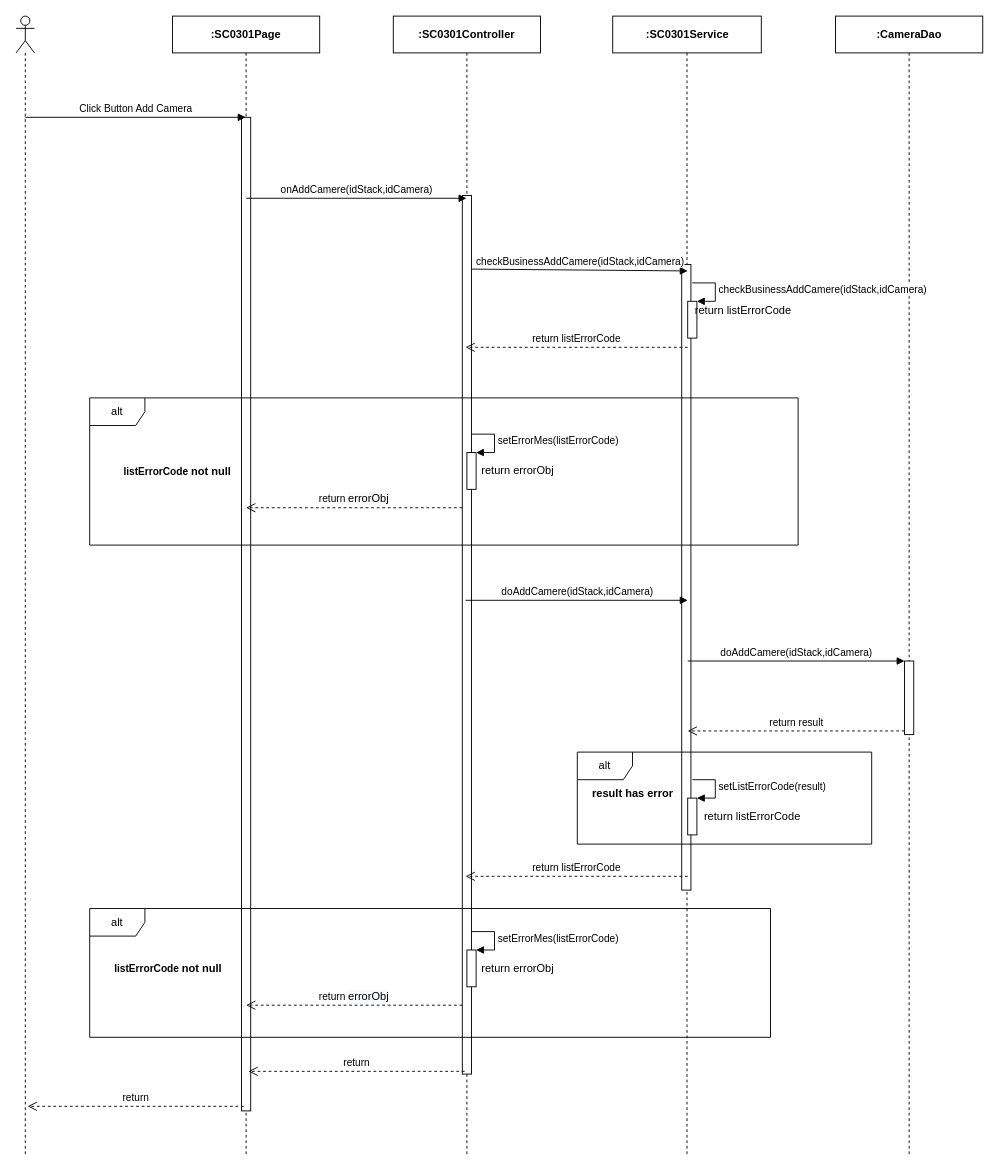
Above: page "Ev05" (5 of 10) of Users/LuanNM/SEQ Diagram Review/sc03/SC0301_StackDetail.drawio in luannmdev/CapstoneDocument (draw.io), before the change. Source tidied: cells renumbered, new cells numbered last; positions are measured from the earlier drawing's top-left corner, leaving out a move shared by most shapes. Both pictures are drawn from the tidied source at 92%, with x=0, y=0 at pixel (16, 16).
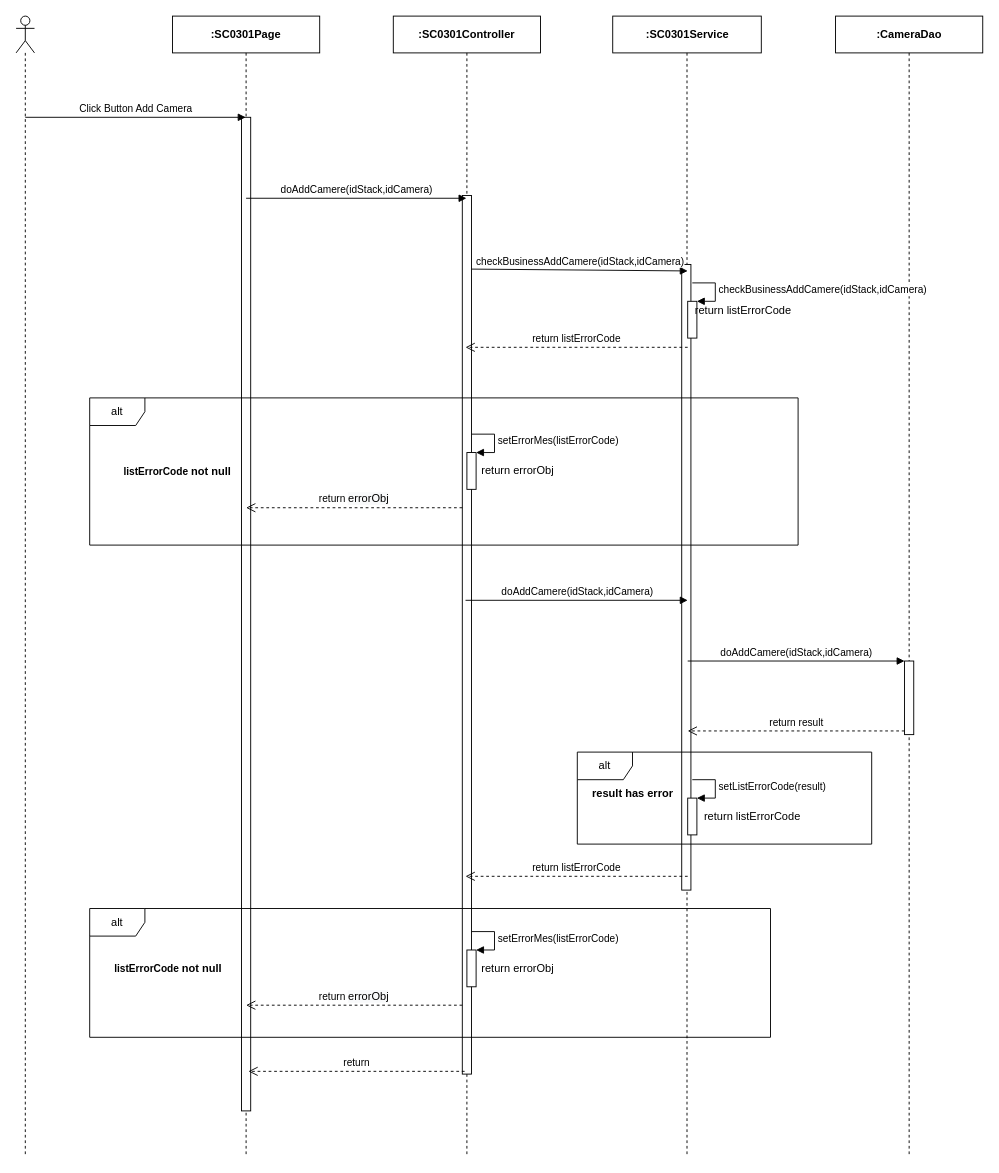
The same diagram, later.

Change to the diagram source:
```diff
@@
-    <mxCell id="11" value="onAddCamere(idStack,idCamera)" style="html=1;verticalAlign=bottom;endArrow=block;" parent="1" edge="1">
+    <mxCell id="11" value="doAddCamere(idStack,idCamera)" style="html=1;verticalAlign=bottom;endArrow=block;" parent="1" edge="1">
       <mxGeometry relative="1" as="geometry">
         <mxPoint x="250" y="198" as="sourcePoint" />
         <mxPoint x="489.5" y="198" as="targetPoint" />
       </mxGeometry>
     </mxCell>
@@
-    <mxCell id="27" value="return" style="html=1;verticalAlign=bottom;endArrow=open;dashed=1;endSize=8;" parent="1" edge="1">
-      <mxGeometry relative="1" as="geometry">
-        <mxPoint x="247.5" y="1185" as="sourcePoint" />
-        <mxPoint x="12.5" y="1185" as="targetPoint" />
-      </mxGeometry>
-    </mxCell>
```
